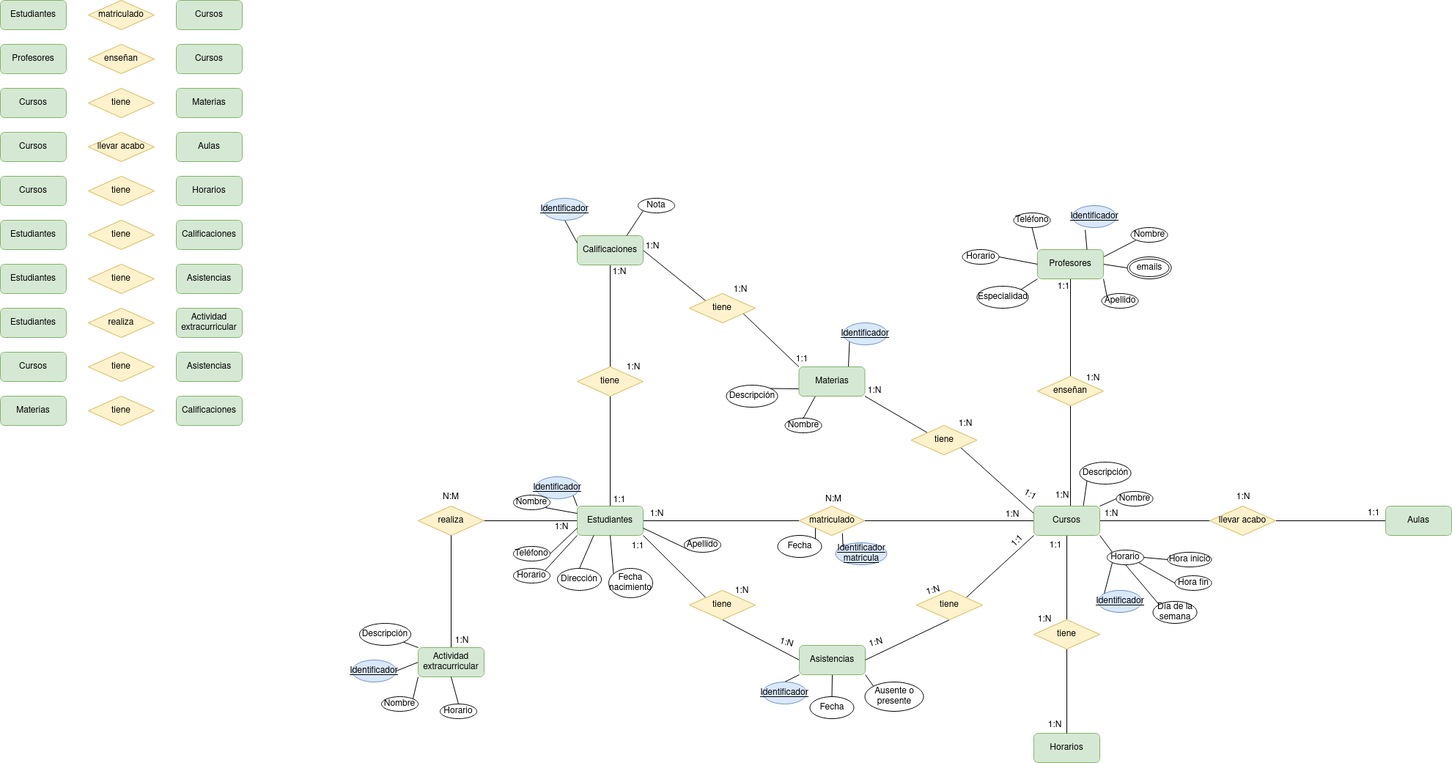
Above: Unidad-1/Tareas/Tareas-evaluables/Tarea-evaluable-1/Ejercicio-evaluable-1.drawio.png in LuisMGlez/base-datos (draw.io), before the change. Source tidied: cells renumbered, new cells last; positions are measured from the earlier drawing's top-left corner, leaving out a move shared by most shapes.
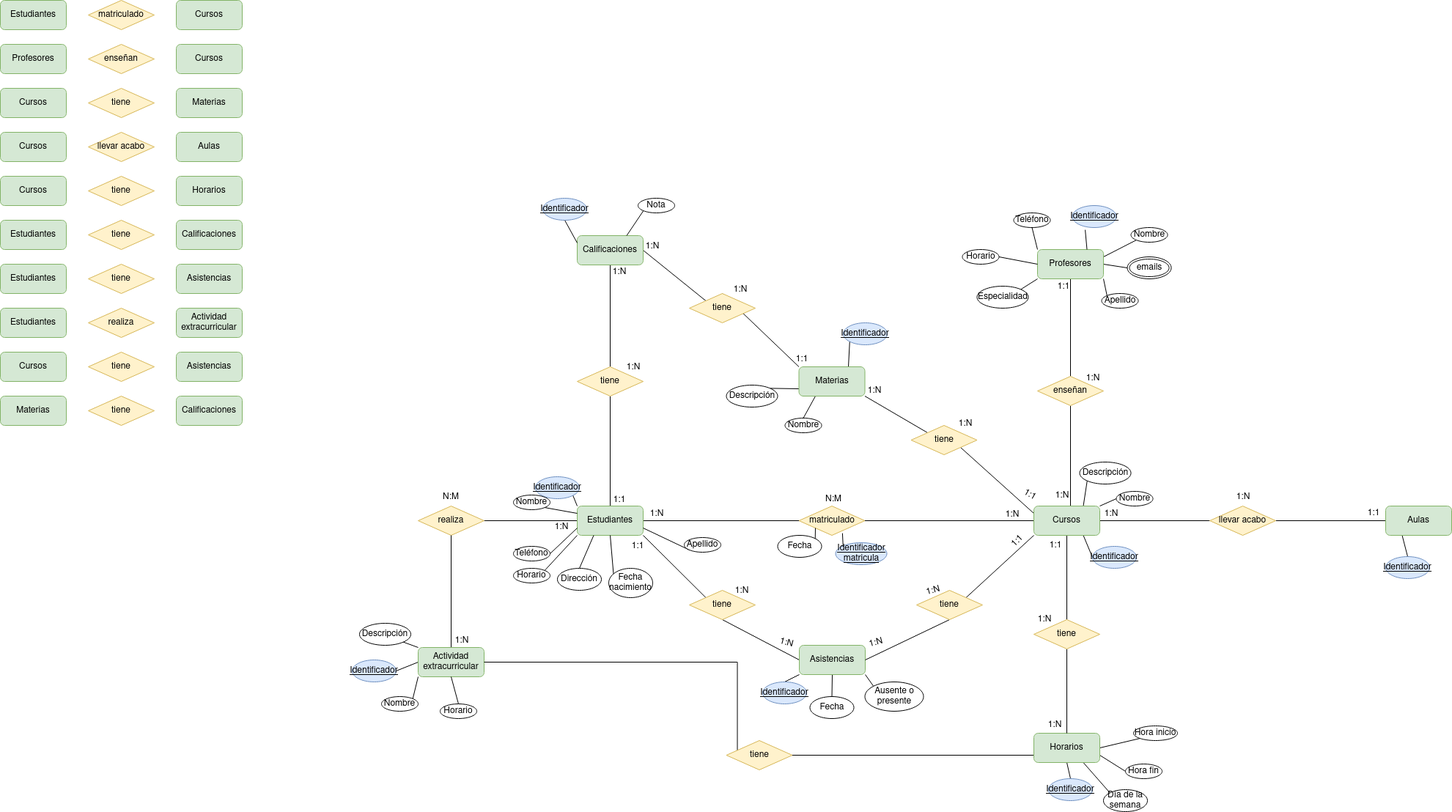
The same diagram one commit later.

The edit, as a diff of the source:
```diff
@@ -124,9 +124,9 @@
     <mxCell id="41" style="rounded=0;jettySize=auto;html=1;exitX=1;exitY=0;exitDx=0;exitDy=0;entryX=0;entryY=0.5;entryDx=0;entryDy=0;endArrow=none;endFill=0;" parent="1" edge="1" source="43" target="132">
       <mxGeometry relative="1" as="geometry" />
     </mxCell>
-    <mxCell id="42" style="rounded=0;jettySize=auto;html=1;exitX=1;exitY=1;exitDx=0;exitDy=0;entryX=0;entryY=0;entryDx=0;entryDy=0;endArrow=none;endFill=0;" parent="1" edge="1" source="43" target="126">
-      <mxGeometry relative="1" as="geometry" />
-    </mxCell>
+    <mxCell id="171" style="rounded=0;jettySize=auto;html=1;exitX=0.75;exitY=1;exitDx=0;exitDy=0;entryX=0;entryY=0.5;entryDx=0;entryDy=0;endArrow=none;endFill=0;" parent="1" edge="1" source="43" target="178">
+      <mxGeometry relative="1" as="geometry" />
+    </mxCell>
     <mxCell id="43" value="Cursos" style="rounded=1;whiteSpace=wrap;html=1;fillColor=#d5e8d4;strokeColor=#82b366;" parent="1" vertex="1">
       <mxGeometry x="1410" y="690" width="90" height="40" as="geometry" />
     </mxCell>
@@ -160,6 +160,9 @@
     <mxCell id="53" value="llevar acabo" style="rhombus;whiteSpace=wrap;html=1;fillColor=#fff2cc;strokeColor=#d6b656;" parent="1" vertex="1">
       <mxGeometry x="1650" y="690" width="90" height="40" as="geometry" />
     </mxCell>
+    <mxCell id="172" style="rounded=0;jettySize=auto;html=1;exitX=0.25;exitY=1;exitDx=0;exitDy=0;entryX=0.5;entryY=0;entryDx=0;entryDy=0;endArrow=none;endFill=0;" parent="1" edge="1" source="54" target="179">
+      <mxGeometry relative="1" as="geometry" />
+    </mxCell>
     <mxCell id="54" value="Aulas" style="rounded=1;whiteSpace=wrap;html=1;fillColor=#d5e8d4;strokeColor=#82b366;" parent="1" vertex="1">
       <mxGeometry x="1890" y="690" width="90" height="40" as="geometry" />
     </mxCell>
@@ -223,6 +226,9 @@
     <mxCell id="74" style="rounded=0;jettySize=auto;html=1;exitX=0;exitY=1;exitDx=0;exitDy=0;entryX=1;entryY=0;entryDx=0;entryDy=0;endArrow=none;endFill=0;" parent="1" edge="1" source="75" target="108">
       <mxGeometry relative="1" as="geometry" />
     </mxCell>
+    <mxCell id="173" style="edgeStyle=orthogonalEdgeStyle;rounded=0;jettySize=auto;html=1;exitX=1;exitY=0.5;exitDx=0;exitDy=0;entryX=0;entryY=0.75;entryDx=0;entryDy=0;endArrow=none;endFill=0;" parent="1" edge="1" source="181" target="113">
+      <mxGeometry relative="1" as="geometry" />
+    </mxCell>
     <mxCell id="75" value="Actividad extracurricular" style="rounded=1;whiteSpace=wrap;html=1;fillColor=#d5e8d4;strokeColor=#82b366;" parent="1" vertex="1">
       <mxGeometry x="570" y="883" width="90" height="40" as="geometry" />
     </mxCell>
@@ -326,10 +332,10 @@
       <mxGeometry x="520" y="950" width="50" height="20" as="geometry" />
     </mxCell>
     <mxCell id="109" value="Hora inicio" style="ellipse;whiteSpace=wrap;html=1;" parent="1" vertex="1">
-      <mxGeometry x="1592.5" y="753" width="60" height="20" as="geometry" />
+      <mxGeometry x="1546" y="990" width="60" height="20" as="geometry" />
     </mxCell>
     <mxCell id="110" value="Día de la semana" style="ellipse;whiteSpace=wrap;html=1;" parent="1" vertex="1">
-      <mxGeometry x="1572.5" y="820" width="60" height="30" as="geometry" />
+      <mxGeometry x="1505" y="1077" width="60" height="30" as="geometry" />
     </mxCell>
     <mxCell id="111" style="rounded=0;jettySize=auto;html=1;exitX=0.5;exitY=0;exitDx=0;exitDy=0;entryX=0.5;entryY=1;entryDx=0;entryDy=0;endArrow=none;endFill=0;" parent="1" edge="1" source="112" target="75">
       <mxGeometry relative="1" as="geometry" />
@@ -337,6 +343,18 @@
     <mxCell id="112" value="Horario" style="ellipse;whiteSpace=wrap;html=1;" parent="1" vertex="1">
       <mxGeometry x="600" y="960" width="50" height="20" as="geometry" />
     </mxCell>
+    <mxCell id="174" style="rounded=0;jettySize=auto;html=1;exitX=1;exitY=0.5;exitDx=0;exitDy=0;entryX=0;entryY=1;entryDx=0;entryDy=0;endArrow=none;endFill=0;" parent="1" edge="1" source="113" target="109">
+      <mxGeometry relative="1" as="geometry" />
+    </mxCell>
+    <mxCell id="175" style="rounded=0;jettySize=auto;html=1;exitX=1;exitY=0.75;exitDx=0;exitDy=0;entryX=0;entryY=0.5;entryDx=0;entryDy=0;endArrow=none;endFill=0;" parent="1" edge="1" source="113" target="131">
+      <mxGeometry relative="1" as="geometry" />
+    </mxCell>
+    <mxCell id="176" style="rounded=0;jettySize=auto;html=1;exitX=0.75;exitY=1;exitDx=0;exitDy=0;entryX=0;entryY=0;entryDx=0;entryDy=0;endArrow=none;endFill=0;" parent="1" edge="1" source="113" target="110">
+      <mxGeometry relative="1" as="geometry" />
+    </mxCell>
+    <mxCell id="177" style="rounded=0;jettySize=auto;html=1;exitX=0.5;exitY=1;exitDx=0;exitDy=0;entryX=0.5;entryY=0;entryDx=0;entryDy=0;endArrow=none;endFill=0;" parent="1" edge="1" source="113" target="127">
+      <mxGeometry relative="1" as="geometry" />
+    </mxCell>
     <mxCell id="113" value="Horarios" style="rounded=1;whiteSpace=wrap;html=1;fillColor=#d5e8d4;strokeColor=#82b366;" parent="1" vertex="1">
       <mxGeometry x="1410" y="1000" width="90" height="40" as="geometry" />
     </mxCell>
@@ -364,23 +382,8 @@
     <mxCell id="121" value="Descripción" style="ellipse;whiteSpace=wrap;html=1;" parent="1" vertex="1">
       <mxGeometry x="990.5" y="525" width="70" height="30" as="geometry" />
     </mxCell>
-    <mxCell id="122" style="rounded=0;jettySize=auto;html=1;exitX=0;exitY=1;exitDx=0;exitDy=0;entryX=0;entryY=0;entryDx=0;entryDy=0;endArrow=none;endFill=0;" parent="1" edge="1" source="126" target="127">
-      <mxGeometry relative="1" as="geometry" />
-    </mxCell>
-    <mxCell id="123" style="rounded=0;jettySize=auto;html=1;exitX=0.5;exitY=1;exitDx=0;exitDy=0;entryX=0;entryY=0;entryDx=0;entryDy=0;endArrow=none;endFill=0;" parent="1" edge="1" source="126" target="110">
-      <mxGeometry relative="1" as="geometry" />
-    </mxCell>
-    <mxCell id="124" style="rounded=0;jettySize=auto;html=1;exitX=1;exitY=1;exitDx=0;exitDy=0;entryX=0;entryY=0.5;entryDx=0;entryDy=0;endArrow=none;endFill=0;" parent="1" edge="1" source="126" target="131">
-      <mxGeometry relative="1" as="geometry" />
-    </mxCell>
-    <mxCell id="125" style="rounded=0;jettySize=auto;html=1;exitX=1;exitY=0.5;exitDx=0;exitDy=0;entryX=0;entryY=0.5;entryDx=0;entryDy=0;endArrow=none;endFill=0;" parent="1" edge="1" source="126" target="109">
-      <mxGeometry relative="1" as="geometry" />
-    </mxCell>
-    <mxCell id="126" value="Horario" style="ellipse;whiteSpace=wrap;html=1;" parent="1" vertex="1">
-      <mxGeometry x="1510" y="750" width="50" height="20" as="geometry" />
-    </mxCell>
     <mxCell id="127" value="&lt;u&gt;Identificador&lt;/u&gt;" style="ellipse;whiteSpace=wrap;html=1;fillColor=#dae8fc;strokeColor=#6c8ebf;" parent="1" vertex="1">
-      <mxGeometry x="1497.5" y="805" width="60" height="30" as="geometry" />
+      <mxGeometry x="1430" y="1062" width="60" height="30" as="geometry" />
     </mxCell>
     <mxCell id="128" value="Ausente o presente" style="ellipse;whiteSpace=wrap;html=1;" parent="1" vertex="1">
       <mxGeometry x="1179.5" y="930" width="80" height="40" as="geometry" />
@@ -392,7 +395,7 @@
       <mxGeometry x="870" y="270" width="50" height="20" as="geometry" />
     </mxCell>
     <mxCell id="131" value="Hora fin" style="ellipse;whiteSpace=wrap;html=1;" parent="1" vertex="1">
-      <mxGeometry x="1602.5" y="785" width="50" height="20" as="geometry" />
+      <mxGeometry x="1535" y="1042" width="50" height="20" as="geometry" />
     </mxCell>
     <mxCell id="132" value="Nombre" style="ellipse;whiteSpace=wrap;html=1;" parent="1" vertex="1">
       <mxGeometry x="1522.5" y="670" width="50" height="20" as="geometry" />
@@ -511,5 +514,17 @@
     <mxCell id="170" value="Calificaciones" style="rounded=1;whiteSpace=wrap;html=1;fillColor=#d5e8d4;strokeColor=#82b366;" parent="1" vertex="1">
       <mxGeometry x="240" y="540" width="90" height="40" as="geometry" />
     </mxCell>
+    <mxCell id="178" value="&lt;u&gt;Identificador&lt;/u&gt;" style="ellipse;whiteSpace=wrap;html=1;fillColor=#dae8fc;strokeColor=#6c8ebf;" parent="1" vertex="1">
+      <mxGeometry x="1490" y="745" width="60" height="30" as="geometry" />
+    </mxCell>
+    <mxCell id="179" value="&lt;u&gt;Identificador&lt;/u&gt;" style="ellipse;whiteSpace=wrap;html=1;fillColor=#dae8fc;strokeColor=#6c8ebf;" parent="1" vertex="1">
+      <mxGeometry x="1890" y="759" width="60" height="30" as="geometry" />
+    </mxCell>
+    <mxCell id="180" style="edgeStyle=orthogonalEdgeStyle;rounded=0;jettySize=auto;html=1;exitX=1;exitY=0.5;exitDx=0;exitDy=0;entryX=0;entryY=0.75;entryDx=0;entryDy=0;" parent="1" edge="1" source="75" target="181">
+      <mxGeometry relative="1" as="geometry" />
+    </mxCell>
+    <mxCell id="181" value="tiene" style="rhombus;whiteSpace=wrap;html=1;fillColor=#fff2cc;strokeColor=#d6b656;" parent="1" vertex="1">
+      <mxGeometry x="990.5" y="1010" width="90" height="40" as="geometry" />
+    </mxCell>
   </root>
 </mxGraphModel>
```
